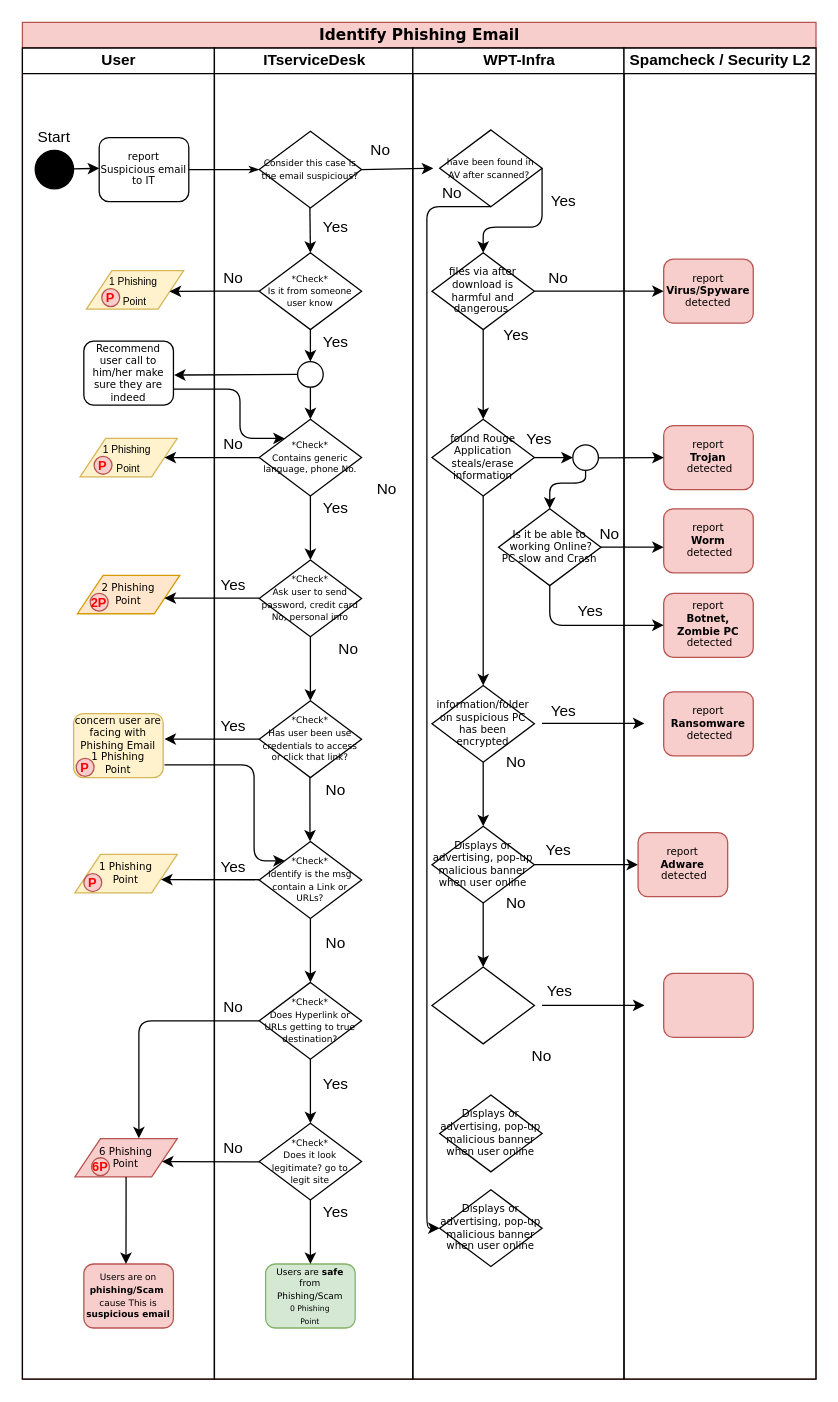
Earlier version of the draw.io diagram Untitled Diagram.drawio (psukasame/sukasamecloud). Source tidied: cells renumbered, new cells numbered last; positions are measured from the earlier drawing's top-left corner, leaving out a move shared by most shapes. Both pictures are drawn from the tidied source at 128%, with x=0, y=0 at pixel (22, 22).
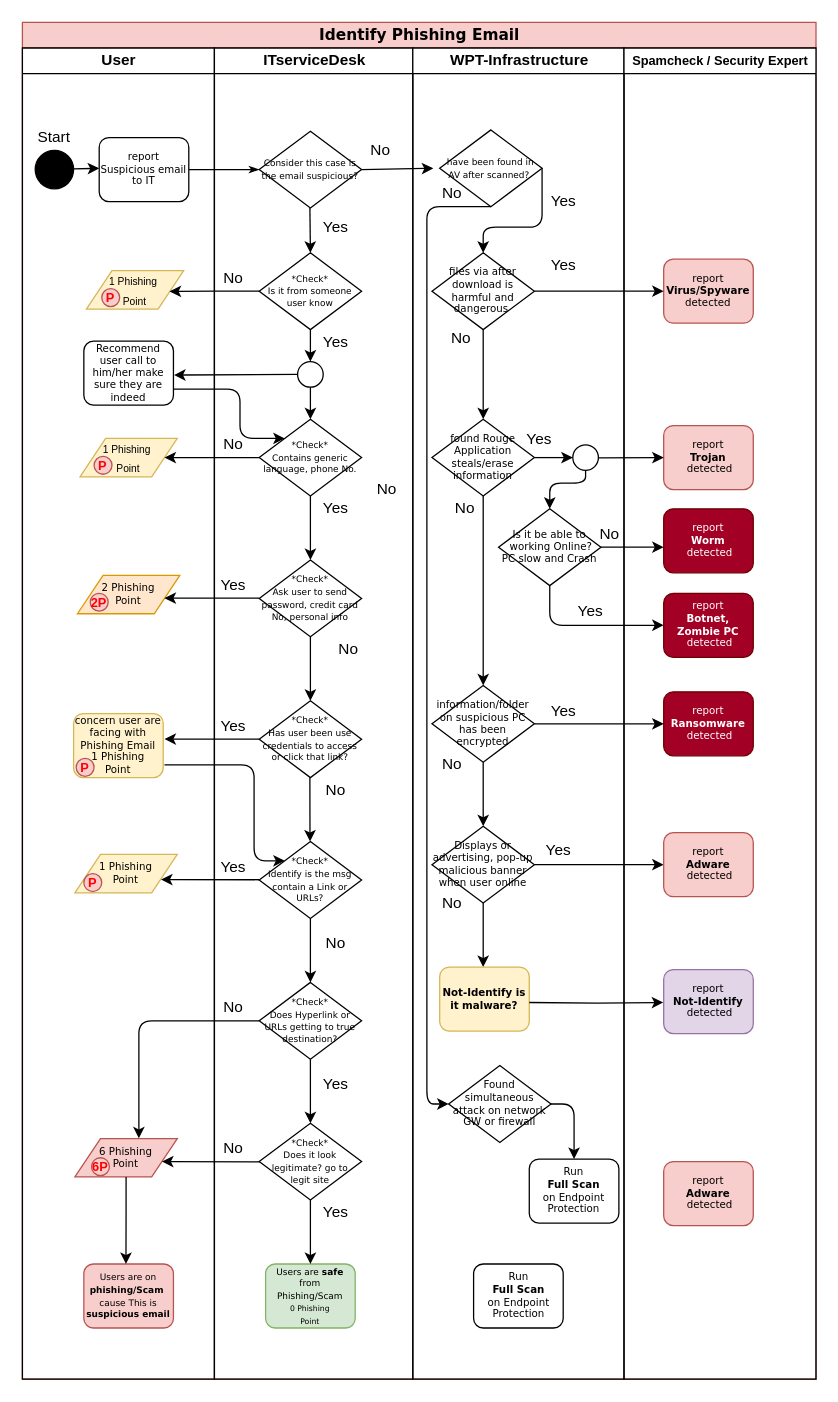
The same page after the edit.

The change refers to these unchanged cells:
```xml
<mxCell id="2" value="&lt;font style=&quot;font-size: 12px&quot;&gt;Identify Phishing Email&lt;/font&gt;" style="swimlane;html=1;startSize=20;rounded=0;shadow=0;labelBackgroundColor=none;strokeWidth=1;fontFamily=Verdana;fontSize=8;align=center;fillColor=#f8cecc;strokeColor=#b85450;" parent="1" vertex="1">
  <mxGeometry width="620" height="1060" as="geometry" />
</mxCell>
<mxCell id="79" value="information/folder on suspicious PC has been encrypted" style="rhombus;whiteSpace=wrap;html=1;rounded=0;shadow=0;labelBackgroundColor=none;strokeWidth=1;fontFamily=Verdana;fontSize=8;align=center;" parent="73" vertex="1">
  <mxGeometry x="15" y="498" width="80" height="60" as="geometry" />
</mxCell>
<mxCell id="86" value="Displays or advertising, pop-up malicious banner when user online" style="rhombus;whiteSpace=wrap;html=1;rounded=0;shadow=0;labelBackgroundColor=none;strokeWidth=1;fontFamily=Verdana;fontSize=8;align=center;" parent="73" vertex="1">
  <mxGeometry x="15" y="608" width="80" height="60" as="geometry" />
</mxCell>
```

Diff of the diagram source:
```diff
@@
-    <mxCell id="72" style="edgeStyle=orthogonalEdgeStyle;rounded=0;jettySize=auto;html=1;entryX=0;entryY=0.5;entryDx=0;entryDy=0;" parent="2" edge="1" source="86">
-      <mxGeometry relative="1" as="geometry">
-        <mxPoint x="481" y="658" as="targetPoint" />
-      </mxGeometry>
+    <mxCell id="72" style="edgeStyle=orthogonalEdgeStyle;rounded=0;jettySize=auto;html=1;entryX=0;entryY=0.5;entryDx=0;entryDy=0;" parent="2" edge="1" source="86" target="118">
+      <mxGeometry relative="1" as="geometry" />
     </mxCell>
-    <mxCell id="73" value="WPT-Infra" style="swimlane;html=1;startSize=20;" parent="2" vertex="1">
+    <mxCell id="73" value="WPT-Infrastructure" style="swimlane;html=1;startSize=20;" parent="2" vertex="1">
       <mxGeometry x="305" y="20" width="165" height="1040" as="geometry" />
     </mxCell>
@@
-    <mxCell id="80" style="edgeStyle=orthogonalEdgeStyle;rounded=0;orthogonalLoop=1;jettySize=auto;html=1;" parent="73" edge="1">
-      <mxGeometry relative="1" as="geometry">
-        <mxPoint x="101" y="527.7" as="sourcePoint" />
-        <mxPoint x="181" y="527.7" as="targetPoint" />
-      </mxGeometry>
-    </mxCell>
     <mxCell id="81" value="Yes" style="text;html=1;strokeColor=none;fillColor=none;align=center;verticalAlign=middle;whiteSpace=wrap;rounded=0;" parent="73" vertex="1">
-      <mxGeometry x="61" y="215" width="40" height="20" as="geometry" />
+      <mxGeometry x="98" y="160" width="40" height="20" as="geometry" />
     </mxCell>
@@
     <mxCell id="83" value="No" style="text;html=1;strokeColor=none;fillColor=none;align=center;verticalAlign=middle;whiteSpace=wrap;rounded=0;" parent="73" vertex="1">
-      <mxGeometry x="94" y="170" width="40" height="20" as="geometry" />
+      <mxGeometry x="18" y="217" width="40" height="20" as="geometry" />
     </mxCell>
     <mxCell id="84" value="No" style="text;html=1;strokeColor=none;fillColor=none;align=center;verticalAlign=middle;whiteSpace=wrap;rounded=0;" parent="73" vertex="1">
-      <mxGeometry x="61" y="548" width="40" height="20" as="geometry" />
+      <mxGeometry x="11" y="550" width="40" height="20" as="geometry" />
     </mxCell>
@@
-    <mxCell id="89" style="rhombus;whiteSpace=wrap;html=1;rounded=0;shadow=0;labelBackgroundColor=none;strokeWidth=1;fontFamily=Verdana;fontSize=8;align=center;" parent="73" vertex="1">
-      <mxGeometry x="15" y="718" width="80" height="60" as="geometry" />
-    </mxCell>
-    <mxCell id="90" style="edgeStyle=orthogonalEdgeStyle;rounded=0;jettySize=auto;html=1;" parent="73" edge="1" source="86" target="89">
-      <mxGeometry relative="1" as="geometry" />
+    <mxCell id="90" style="edgeStyle=orthogonalEdgeStyle;rounded=0;jettySize=auto;html=1;" parent="73" edge="1" source="86">
+      <mxGeometry relative="1" as="geometry">
+        <mxPoint x="55" y="718" as="targetPoint" />
+      </mxGeometry>
     </mxCell>
-    <mxCell id="91" style="edgeStyle=orthogonalEdgeStyle;rounded=0;orthogonalLoop=1;jettySize=auto;html=1;entryX=0;entryY=0.5;entryDx=0;entryDy=0;" parent="73" edge="1">
-      <mxGeometry relative="1" as="geometry">
-        <mxPoint x="101" y="747.9" as="sourcePoint" />
-        <mxPoint x="181" y="747.9" as="targetPoint" />
-      </mxGeometry>
-    </mxCell>
-    <mxCell id="92" value="Yes" style="text;html=1;strokeColor=none;fillColor=none;align=center;verticalAlign=middle;whiteSpace=wrap;rounded=0;" parent="73" vertex="1">
-      <mxGeometry x="95" y="727" width="40" height="20" as="geometry" />
-    </mxCell>
     <mxCell id="93" value="No" style="text;html=1;strokeColor=none;fillColor=none;align=center;verticalAlign=middle;whiteSpace=wrap;rounded=0;" parent="73" vertex="1">
-      <mxGeometry x="61" y="658" width="40" height="20" as="geometry" />
+      <mxGeometry x="11" y="658" width="40" height="20" as="geometry" />
     </mxCell>
-    <mxCell id="94" value="No" style="text;html=1;strokeColor=none;fillColor=none;align=center;verticalAlign=middle;whiteSpace=wrap;rounded=0;" parent="73" vertex="1">
-      <mxGeometry x="81" y="778" width="40" height="20" as="geometry" />
-    </mxCell>
@@
-    <mxCell id="97" value="Displays or advertising, pop-up malicious banner when user online" style="rhombus;whiteSpace=wrap;html=1;rounded=0;shadow=0;labelBackgroundColor=none;strokeWidth=1;fontFamily=Verdana;fontSize=8;align=center;" parent="73" vertex="1">
-      <mxGeometry x="21" y="818" width="80" height="60" as="geometry" />
-    </mxCell>
-    <mxCell id="98" value="Displays or advertising, pop-up malicious banner when user online" style="rhombus;whiteSpace=wrap;html=1;rounded=0;shadow=0;labelBackgroundColor=none;strokeWidth=1;fontFamily=Verdana;fontSize=8;align=center;" parent="73" vertex="1">
-      <mxGeometry x="21" y="892" width="80" height="60" as="geometry" />
+    <mxCell id="98" value="Found simultaneous attack on network GW or firewall" style="rhombus;whiteSpace=wrap;html=1;rounded=0;shadow=0;labelBackgroundColor=none;strokeWidth=1;fontFamily=Verdana;fontSize=8;align=center;" parent="73" vertex="1">
+      <mxGeometry x="28" y="795" width="80" height="60" as="geometry" />
     </mxCell>
@@
+    <mxCell id="94" value="No" style="text;html=1;strokeColor=none;fillColor=none;align=center;verticalAlign=middle;whiteSpace=wrap;rounded=0;" parent="73" vertex="1">
+      <mxGeometry x="21" y="350" width="40" height="20" as="geometry" />
+    </mxCell>
+    <mxCell id="119" value="&lt;b&gt;Not-Identify is it malware?&lt;/b&gt;" style="rounded=1;whiteSpace=wrap;html=1;shadow=0;labelBackgroundColor=none;strokeWidth=1;fontFamily=Verdana;fontSize=8;align=center;fillColor=#fff2cc;strokeColor=#d6b656;" parent="73" vertex="1">
+      <mxGeometry x="21" y="718" width="70" height="50" as="geometry" />
+    </mxCell>
+    <mxCell id="120" style="edgeStyle=orthogonalEdgeStyle;rounded=0;jettySize=auto;html=1;entryX=-0.005;entryY=0.513;entryDx=0;entryDy=0;entryPerimeter=0;" parent="73" edge="1" target="124">
+      <mxGeometry relative="1" as="geometry">
+        <mxPoint x="91" y="745.7" as="sourcePoint" />
+      </mxGeometry>
+    </mxCell>
+    <mxCell id="121" value="Run&lt;br&gt;&lt;b&gt;Full Scan&lt;/b&gt;&lt;br&gt;on Endpoint Protection" style="rounded=1;whiteSpace=wrap;html=1;shadow=0;labelBackgroundColor=none;strokeWidth=1;fontFamily=Verdana;fontSize=8;align=center;" parent="73" vertex="1">
+      <mxGeometry x="47.5" y="950" width="70" height="50" as="geometry" />
+    </mxCell>
+    <mxCell id="122" value="Run&lt;br&gt;&lt;b&gt;Full Scan&lt;/b&gt;&lt;br&gt;on Endpoint Protection" style="rounded=1;whiteSpace=wrap;html=1;shadow=0;labelBackgroundColor=none;strokeWidth=1;fontFamily=Verdana;fontSize=8;align=center;" parent="73" vertex="1">
+      <mxGeometry x="91" y="868" width="70" height="50" as="geometry" />
+    </mxCell>
+    <mxCell id="123" style="edgeStyle=segmentEdgeStyle;endArrow=classic;html=1;exitX=0.995;exitY=0.5;exitDx=0;exitDy=0;exitPerimeter=0;entryX=0.5;entryY=0;entryDx=0;entryDy=0;" parent="73" edge="1" source="98" target="122">
+      <mxGeometry relative="1" as="geometry" />
+    </mxCell>
-    <mxCell id="107" value="Spamcheck / Security L2" style="swimlane;html=1;startSize=20;" parent="2" vertex="1">
+    <mxCell id="107" value="&lt;font style=&quot;font-size: 10px&quot;&gt;Spamcheck / Security Expert&lt;/font&gt;" style="swimlane;html=1;startSize=20;" parent="2" vertex="1">
       <mxGeometry x="470" y="20" width="150" height="1040" as="geometry" />
     </mxCell>
@@
-    <mxCell id="110" value="report &lt;br&gt;&lt;b&gt;Ransomware&lt;br&gt;&lt;/b&gt;&amp;nbsp;detected" style="rounded=1;whiteSpace=wrap;html=1;shadow=0;labelBackgroundColor=none;strokeWidth=1;fontFamily=Verdana;fontSize=8;align=center;fillColor=#f8cecc;strokeColor=#b85450;" parent="107" vertex="1">
+    <mxCell id="110" value="report &lt;br&gt;&lt;b&gt;Ransomware&lt;br&gt;&lt;/b&gt;&amp;nbsp;detected" style="rounded=1;whiteSpace=wrap;html=1;shadow=0;labelBackgroundColor=none;strokeWidth=1;fontFamily=Verdana;fontSize=8;align=center;fillColor=#a20025;strokeColor=#6F0000;fontColor=#ffffff;" parent="107" vertex="1">
       <mxGeometry x="31" y="503" width="70" height="50" as="geometry" />
     </mxCell>
-    <mxCell id="111" style="rounded=1;whiteSpace=wrap;html=1;shadow=0;labelBackgroundColor=none;strokeWidth=1;fontFamily=Verdana;fontSize=8;align=center;fillColor=#f8cecc;strokeColor=#b85450;" parent="107" vertex="1">
-      <mxGeometry x="31" y="723" width="70" height="50" as="geometry" />
-    </mxCell>
-    <mxCell id="112" value="report &lt;br&gt;&lt;b&gt;Worm&lt;br&gt;&lt;/b&gt;&amp;nbsp;detected" style="rounded=1;whiteSpace=wrap;html=1;shadow=0;labelBackgroundColor=none;strokeWidth=1;fontFamily=Verdana;fontSize=8;align=center;fillColor=#f8cecc;strokeColor=#b85450;" parent="107" vertex="1">
+    <mxCell id="112" value="report &lt;br&gt;&lt;b&gt;Worm&lt;br&gt;&lt;/b&gt;&amp;nbsp;detected" style="rounded=1;whiteSpace=wrap;html=1;shadow=0;labelBackgroundColor=none;strokeWidth=1;fontFamily=Verdana;fontSize=8;align=center;fillColor=#a20025;strokeColor=#6F0000;fontColor=#ffffff;" parent="107" vertex="1">
       <mxGeometry x="31" y="360" width="70" height="50" as="geometry" />
     </mxCell>
@@
-    <mxCell id="114" value="report &lt;br&gt;&lt;b&gt;Botnet, Zombie PC&lt;br&gt;&lt;/b&gt;&amp;nbsp;detected" style="rounded=1;whiteSpace=wrap;html=1;shadow=0;labelBackgroundColor=none;strokeWidth=1;fontFamily=Verdana;fontSize=8;align=center;fillColor=#f8cecc;strokeColor=#b85450;" parent="107" vertex="1">
+    <mxCell id="114" value="report &lt;br&gt;&lt;b&gt;Botnet, Zombie PC&lt;br&gt;&lt;/b&gt;&amp;nbsp;detected" style="rounded=1;whiteSpace=wrap;html=1;shadow=0;labelBackgroundColor=none;strokeWidth=1;fontFamily=Verdana;fontSize=8;align=center;fillColor=#a20025;strokeColor=#6F0000;fontColor=#ffffff;" parent="107" vertex="1">
       <mxGeometry x="31" y="426" width="70" height="50" as="geometry" />
     </mxCell>
+    <mxCell id="118" value="report&lt;br&gt;&lt;b&gt;Adware&lt;br&gt;&lt;/b&gt;&amp;nbsp;detected" style="rounded=1;whiteSpace=wrap;html=1;shadow=0;labelBackgroundColor=none;strokeWidth=1;fontFamily=Verdana;fontSize=8;align=center;fillColor=#f8cecc;strokeColor=#b85450;" parent="107" vertex="1">
+      <mxGeometry x="31" y="613" width="70" height="50" as="geometry" />
+    </mxCell>
+    <mxCell id="124" value="report&lt;br&gt;&lt;b&gt;Not-Identify&lt;br&gt;&lt;/b&gt;&amp;nbsp;detected" style="rounded=1;whiteSpace=wrap;html=1;shadow=0;labelBackgroundColor=none;strokeWidth=1;fontFamily=Verdana;fontSize=8;align=center;fillColor=#e1d5e7;strokeColor=#9673a6;" parent="107" vertex="1">
+      <mxGeometry x="31" y="720" width="70" height="50" as="geometry" />
+    </mxCell>
+    <mxCell id="125" value="report&lt;br&gt;&lt;b&gt;Adware&lt;br&gt;&lt;/b&gt;&amp;nbsp;detected" style="rounded=1;whiteSpace=wrap;html=1;shadow=0;labelBackgroundColor=none;strokeWidth=1;fontFamily=Verdana;fontSize=8;align=center;fillColor=#f8cecc;strokeColor=#b85450;" parent="107" vertex="1">
+      <mxGeometry x="31" y="870" width="70" height="50" as="geometry" />
+    </mxCell>
@@
-    <mxCell id="118" value="report&lt;br&gt;&lt;b&gt;Adware&lt;br&gt;&lt;/b&gt;&amp;nbsp;detected" style="rounded=1;whiteSpace=wrap;html=1;shadow=0;labelBackgroundColor=none;strokeWidth=1;fontFamily=Verdana;fontSize=8;align=center;fillColor=#f8cecc;strokeColor=#b85450;" parent="1" vertex="1">
-      <mxGeometry x="481" y="633" width="70" height="50" as="geometry" />
-    </mxCell>
+    <mxCell id="80" style="edgeStyle=orthogonalEdgeStyle;rounded=0;jettySize=auto;html=1;entryX=0;entryY=0.5;entryDx=0;entryDy=0;exitX=1;exitY=0.5;exitDx=0;exitDy=0;" parent="2" edge="1" source="79" target="110">
+      <mxGeometry relative="1" as="geometry" />
+    </mxCell>
```
